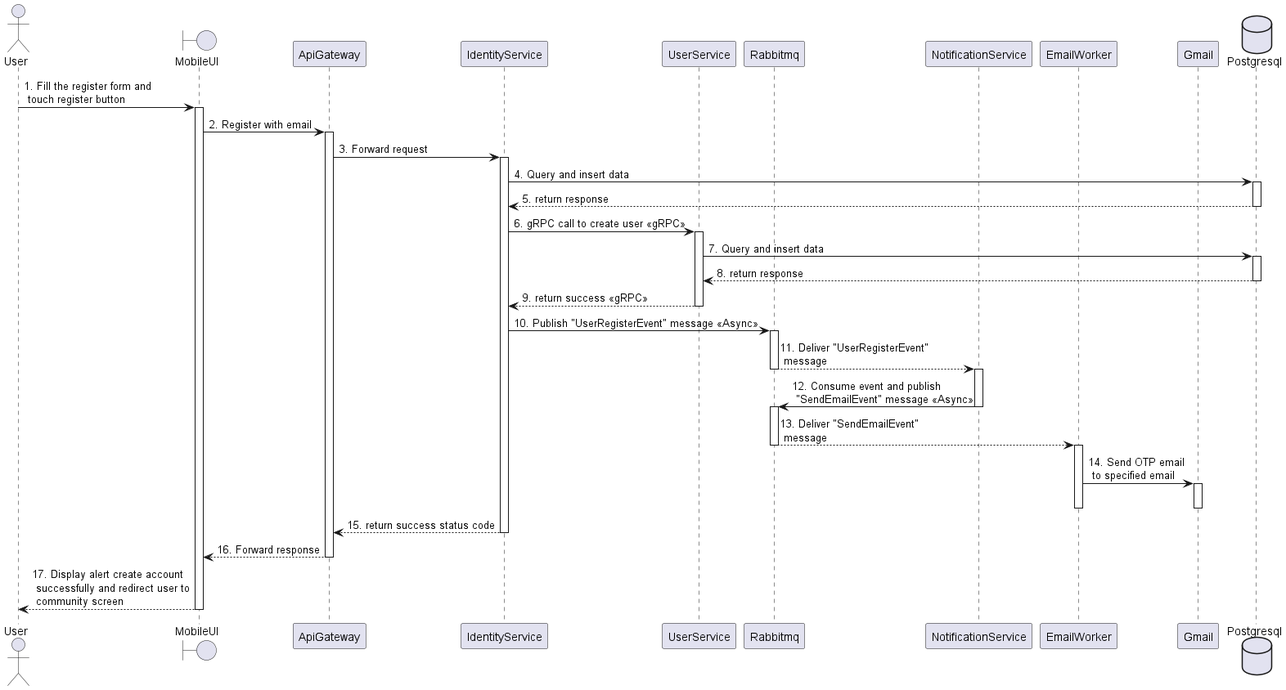
This is doc/SDS/Identity/Register/Register.png from Carl-Johnsons/tastopia, a PlantUML export, as it was before one commit.
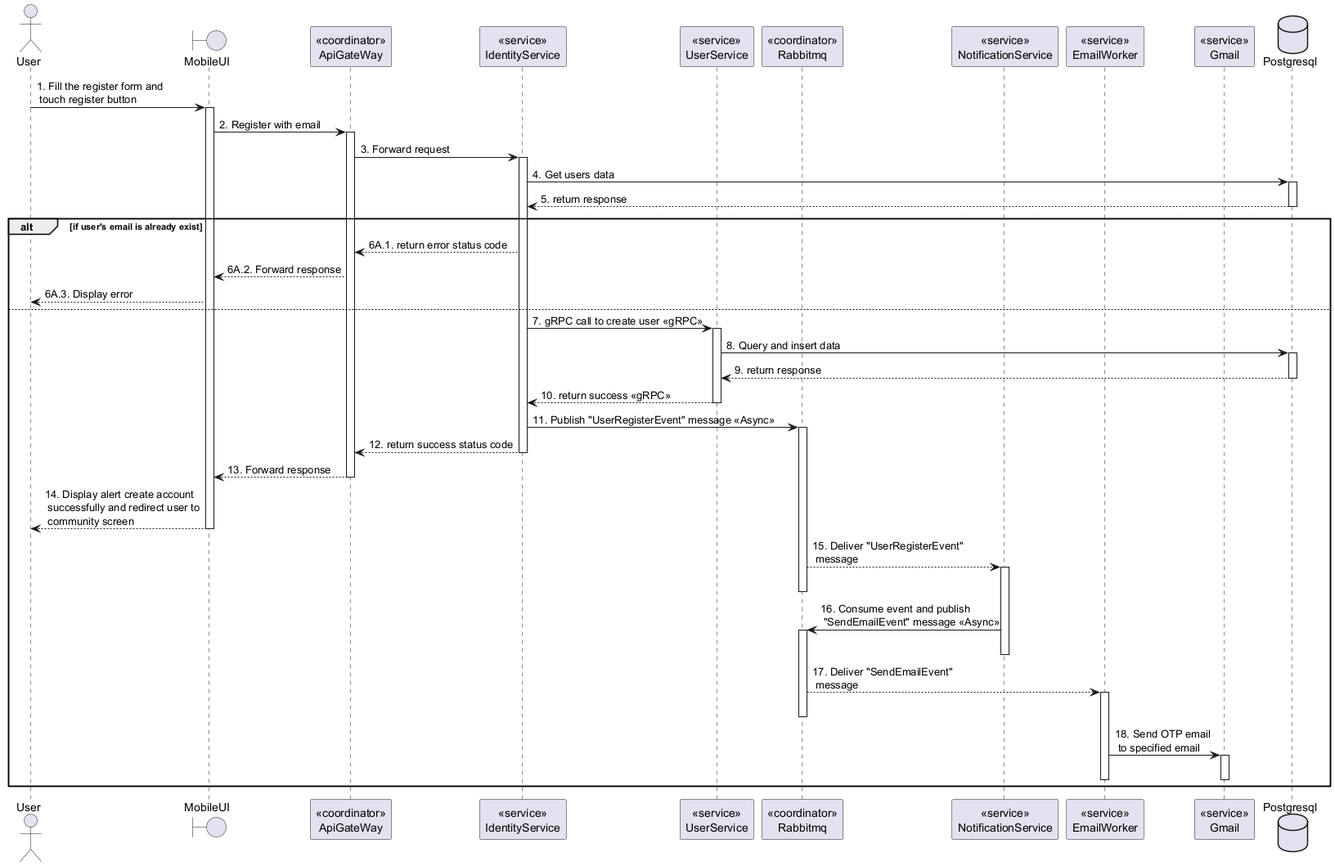
After the change.

What changed in the source:
```diff
@@ -1,60 +1,45 @@
 @startuml Register
 actor User
 boundary MobileUI
-participant ApiGateway
-participant IdentityService
-participant UserService
-participant Rabbitmq
-participant NotificationService
-participant EmailWorker
-participant Gmail
+participant "<<coordinator>>\nApiGateWay" as ApiGateway
+participant "<<service>>\nIdentityService" as IdentityService
+participant "<<service>>\nUserService"  as UserService
+participant "<<coordinator>>\nRabbitmq"  as Rabbitmq
+participant "<<service>>\nNotificationService" as NotificationService
+participant "<<service>>\nEmailWorker" as EmailWorker
+participant "<<service>>\nGmail" as Gmail
 database Postgresql
 
-User -> MobileUI: 1. Fill the register form and \n touch register button
-activate MobileUI
+User -> MobileUI++: 1. Fill the register form and \n touch register button
+MobileUI -> ApiGateway++: 2. Register with email
+ApiGateway -> IdentityService++: 3. Forward request
+IdentityService -> Postgresql++: 4. Get users data
+IdentityService <-- Postgresql--: 5. return response
 
-MobileUI -> ApiGateway: 2. Register with email
-activate ApiGateway
+alt if user's email is already exist
+    ApiGateway <-- IdentityService: 6A.1. return error status code
+    MobileUI <-- ApiGateway: 6A.2. Forward response
+    User <-- MobileUI: 6A.3. Display error
+else
+    IdentityService -> UserService++: 7. gRPC call to create user <<gRPC>>
+    UserService -> Postgresql++: 8. Query and insert data
+    UserService <-- Postgresql--: 9. return response
+    IdentityService <-- UserService--: 10. return success <<gRPC>>
 
-ApiGateway -> IdentityService: 3. Forward request
-activate IdentityService
+    IdentityService -> Rabbitmq++: 11. Publish "UserRegisterEvent" message <<Async>>
+    ApiGateway <-- IdentityService--: 12. return success status code
+    MobileUI <-- ApiGateway--: 13. Forward response
+    User <-- MobileUI--: 14. Display alert create account\n successfully and redirect user to\n community screen
 
-database Postgresql
-IdentityService -> Postgresql: 4. Query and insert data
-activate Postgresql
-IdentityService <-- Postgresql: 5. return response
-deactivate Postgresql
-
-IdentityService -> UserService: 6. gRPC call to create user <<gRPC>>
-activate UserService
-UserService -> Postgresql: 7. Query and insert data
-activate Postgresql
-UserService <-- Postgresql: 8. return response
-deactivate Postgresql
-IdentityService <-- UserService: 9. return success <<gRPC>>
-deactivate UserService
-
-IdentityService -> Rabbitmq: 10. Publish "UserRegisterEvent" message <<Async>>
-activate Rabbitmq
-Rabbitmq --> NotificationService: 11. Deliver "UserRegisterEvent"\n message
-deactivate Rabbitmq
-activate NotificationService
-NotificationService -> Rabbitmq: 12. Consume event and publish \n "SendEmailEvent" message <<Async>>
-deactivate NotificationService
-activate Rabbitmq
-Rabbitmq --> EmailWorker: 13. Deliver "SendEmailEvent"\n message
-deactivate Rabbitmq
-activate EmailWorker
-EmailWorker -> Gmail: 14. Send OTP email\n to specified email
-activate Gmail
-deactivate EmailWorker
-deactivate Gmail
-
-ApiGateway <-- IdentityService: 15. return success status code
-deactivate IdentityService
-MobileUI <-- ApiGateway: 16. Forward response
-deactivate ApiGateway
-User <-- MobileUI: 17. Display alert create account\n successfully and redirect user to\n community screen
-deactivate MobileUI
+    Rabbitmq --> NotificationService++: 15. Deliver "UserRegisterEvent"\n message
+    deactivate Rabbitmq
+    NotificationService -> Rabbitmq++: 16. Consume event and publish \n "SendEmailEvent" message <<Async>>
+    deactivate NotificationService
+    Rabbitmq --> EmailWorker++: 17. Deliver "SendEmailEvent"\n message
+    deactivate Rabbitmq
+    EmailWorker -> Gmail++: 18. Send OTP email\n to specified email
+    deactivate EmailWorker
+    deactivate Gmail
+end
 
 @enduml
```
